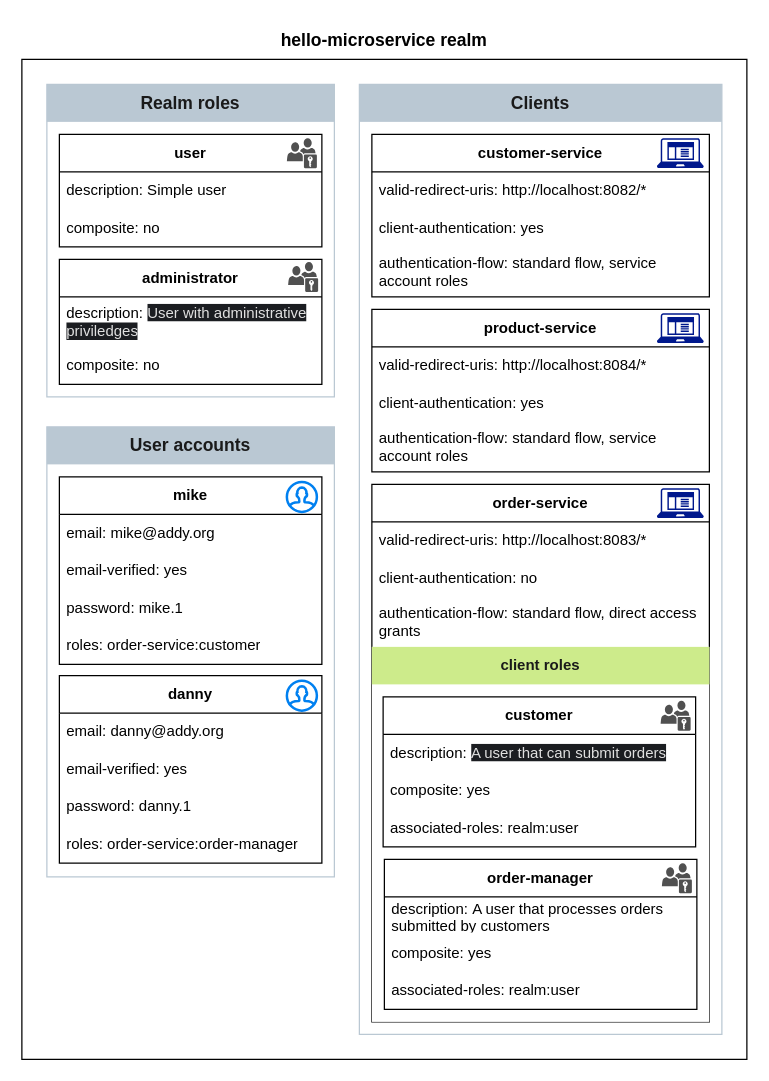
This is github-assets/keycloak-realm.drawio from michelmbem/hello-microservice, a draw.io file, before an edit. Source tidied: cells renumbered, new cells numbered last; positions are measured from the earlier drawing's top-left corner, leaving out a move shared by most shapes. Both pictures are drawn from the tidied source at 125%, with x=0, y=0 at pixel (21, 21).
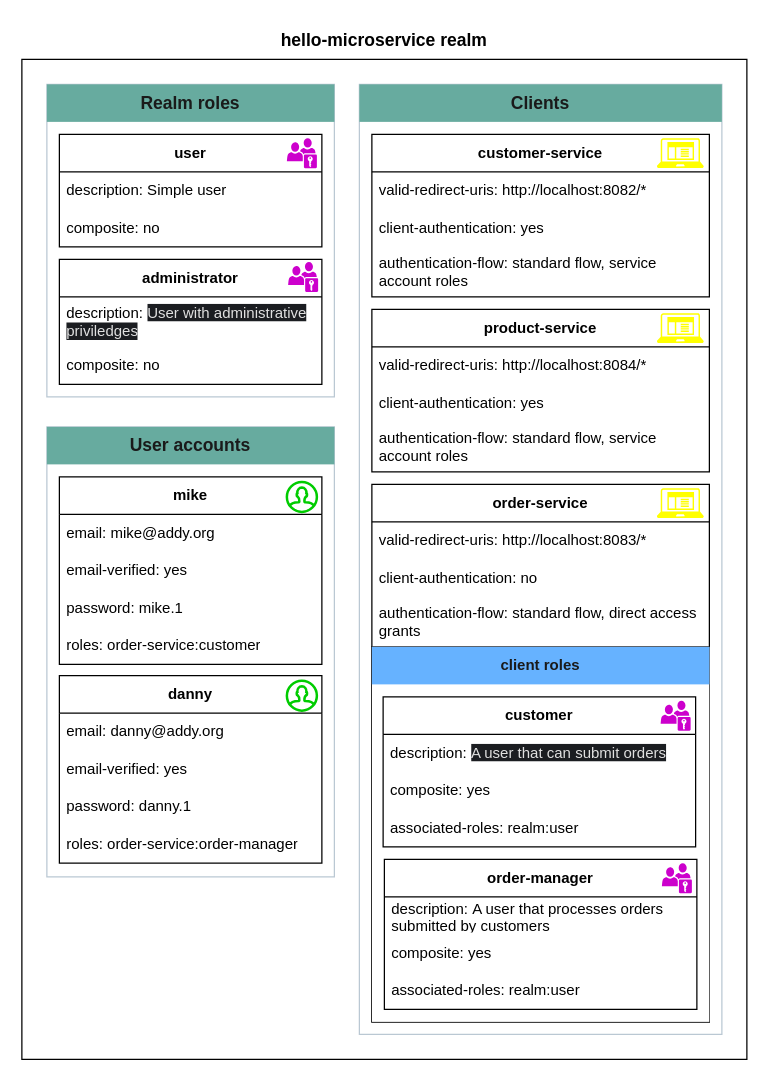
The same page after the edit.

Commit message (it also covers changes not shown here):
Added keycloak for authentication management

Unchanged cells that the change refers to:
```xml
<mxCell id="10" style="group;" parent="1" vertex="1">
  <mxGeometry x="30" y="90" width="210" height="90" as="geometry" />
</mxCell>
<mxCell id="15" style="group;" parent="1" vertex="1">
  <mxGeometry x="30" y="190" width="210" height="100" as="geometry" />
</mxCell>
<mxCell id="20" style="group;" parent="1" vertex="1">
  <mxGeometry x="30" y="364" width="210" height="150" as="geometry" />
</mxCell>
<mxCell id="27" style="group;" parent="1" vertex="1">
  <mxGeometry x="30" y="523" width="210" height="150" as="geometry" />
</mxCell>
<mxCell id="34" style="group;" parent="1" vertex="1">
  <mxGeometry x="280" y="370" width="270" height="430" as="geometry" />
</mxCell>
<mxCell id="35" value="&lt;b&gt;order-service&lt;/b&gt;" style="swimlane;fontStyle=0;horizontal=1;startSize=30;whiteSpace=wrap;html=1;" parent="34" vertex="1">
  <mxGeometry width="270" height="430" as="geometry" />
</mxCell>
<mxCell id="42" style="group;" parent="39" vertex="1">
  <mxGeometry x="9" y="40" width="250" height="120" as="geometry" />
</mxCell>
<mxCell id="48" style="group;" parent="39" vertex="1">
  <mxGeometry x="10" y="170" width="250" height="120" as="geometry" />
</mxCell>
<mxCell id="55" style="group;" parent="1" vertex="1">
  <mxGeometry x="280" y="230" width="270" height="130" as="geometry" />
</mxCell>
<mxCell id="61" style="group;" parent="1" vertex="1">
  <mxGeometry x="280" y="90" width="270" height="130" as="geometry" />
</mxCell>
```

What changed in the source:
```diff
@@
-    <mxCell id="6" value="Realm roles" style="text;html=1;align=center;verticalAlign=middle;whiteSpace=wrap;rounded=0;fontStyle=1;fontSize=14;fillColor=#bac8d3;fillStyle=solid;strokeColor=none;fontColor=#1a1a1a;" parent="1" vertex="1">
+    <mxCell id="6" value="Realm roles" style="text;html=1;align=center;verticalAlign=middle;whiteSpace=wrap;rounded=0;fontStyle=1;fontSize=14;fillColor=#67AB9F;fillStyle=solid;strokeColor=none;fontColor=#1a1a1a;" parent="1" vertex="1">
       <mxGeometry x="20" y="50" width="230" height="30" as="geometry" />
     </mxCell>
-    <mxCell id="7" value="Clients" style="text;html=1;align=center;verticalAlign=middle;whiteSpace=wrap;rounded=0;fontStyle=1;fontSize=14;fillColor=#bac8d3;fillStyle=solid;strokeColor=none;fontColor=#1a1a1a;" parent="1" vertex="1">
+    <mxCell id="7" value="Clients" style="text;html=1;align=center;verticalAlign=middle;whiteSpace=wrap;rounded=0;fontStyle=1;fontSize=14;fillColor=#67AB9F;fillStyle=solid;strokeColor=none;fontColor=#1a1a1a;" parent="1" vertex="1">
       <mxGeometry x="270" y="50" width="290" height="30" as="geometry" />
     </mxCell>
-    <mxCell id="8" value="User accounts" style="text;html=1;align=center;verticalAlign=middle;whiteSpace=wrap;rounded=0;fontStyle=1;fontSize=14;fillColor=#bac8d3;fillStyle=solid;strokeColor=none;fontColor=#1a1a1a;" parent="1" vertex="1">
+    <mxCell id="8" value="User accounts" style="text;html=1;align=center;verticalAlign=middle;whiteSpace=wrap;rounded=0;fontStyle=1;fontSize=14;fillColor=#67AB9F;fillStyle=solid;strokeColor=none;fontColor=#1a1a1a;" parent="1" vertex="1">
       <mxGeometry x="20" y="324" width="230" height="30" as="geometry" />
     </mxCell>
@@
-    <mxCell id="14" style="sketch=0;shadow=0;dashed=0;html=1;strokeColor=none;fillColor=#505050;labelPosition=center;verticalLabelPosition=bottom;verticalAlign=top;align=center;shape=mxgraph.office.users.role_group;" parent="10" vertex="1">
+    <mxCell id="14" style="sketch=0;shadow=0;dashed=0;html=1;strokeColor=none;fillColor=#CC00CC;labelPosition=center;verticalLabelPosition=bottom;verticalAlign=top;align=center;shape=mxgraph.office.users.role_group;" parent="10" vertex="1">
       <mxGeometry x="182" y="3" width="24" height="24" as="geometry" />
     </mxCell>
@@
-    <mxCell id="19" style="sketch=0;shadow=0;dashed=0;html=1;strokeColor=none;fillColor=#505050;labelPosition=center;verticalLabelPosition=bottom;verticalAlign=top;align=center;shape=mxgraph.office.users.role_group;" parent="15" vertex="1">
+    <mxCell id="19" style="sketch=0;shadow=0;dashed=0;html=1;strokeColor=none;fillColor=#CC00CC;labelPosition=center;verticalLabelPosition=bottom;verticalAlign=top;align=center;shape=mxgraph.office.users.role_group;" parent="15" vertex="1">
       <mxGeometry x="183" y="2" width="24" height="24" as="geometry" />
     </mxCell>
@@
-    <mxCell id="26" style="html=1;verticalLabelPosition=bottom;align=center;labelBackgroundColor=#ffffff;verticalAlign=top;strokeWidth=2;strokeColor=#0080F0;shadow=0;dashed=0;shape=mxgraph.ios7.icons.user;" parent="20" vertex="1">
+    <mxCell id="26" style="html=1;verticalLabelPosition=bottom;align=center;labelBackgroundColor=#ffffff;verticalAlign=top;strokeWidth=2;strokeColor=#00CC00;shadow=0;dashed=0;shape=mxgraph.ios7.icons.user;" parent="20" vertex="1">
       <mxGeometry x="182" y="4" width="24" height="24" as="geometry" />
     </mxCell>
@@
-    <mxCell id="33" style="html=1;verticalLabelPosition=bottom;align=center;labelBackgroundColor=#ffffff;verticalAlign=top;strokeWidth=2;strokeColor=#0080F0;shadow=0;dashed=0;shape=mxgraph.ios7.icons.user;" parent="27" vertex="1">
+    <mxCell id="33" style="html=1;verticalLabelPosition=bottom;align=center;labelBackgroundColor=#ffffff;verticalAlign=top;strokeWidth=2;strokeColor=#00CC00;shadow=0;dashed=0;shape=mxgraph.ios7.icons.user;" parent="27" vertex="1">
       <mxGeometry x="182" y="4" width="24" height="24" as="geometry" />
     </mxCell>
@@
-    <mxCell id="39" style="group;" parent="35" vertex="1">
+    <mxCell id="39" style="group;strokeWidth=1;strokeColor=default;" parent="35" vertex="1">
       <mxGeometry y="130" width="270" height="300" as="geometry" />
     </mxCell>
@@
-    <mxCell id="41" value="client roles" style="text;html=1;align=center;verticalAlign=middle;whiteSpace=wrap;rounded=0;fontStyle=1;strokeColor=none;fillColor=#cdeb8b;strokeWidth=0;fontColor=#1A1A1A;" parent="39" vertex="1">
+    <mxCell id="41" value="client roles" style="text;html=1;align=center;verticalAlign=middle;whiteSpace=wrap;rounded=0;fontStyle=1;strokeColor=none;fillColor=#66B2FF;strokeWidth=0;fontColor=#1A1A1A;" parent="39" vertex="1">
       <mxGeometry width="270" height="30" as="geometry" />
     </mxCell>
@@
-    <mxCell id="47" style="sketch=0;shadow=0;dashed=0;html=1;strokeColor=none;fillColor=#505050;labelPosition=center;verticalLabelPosition=bottom;verticalAlign=top;align=center;shape=mxgraph.office.users.role_group;" parent="42" vertex="1">
+    <mxCell id="47" style="sketch=0;shadow=0;dashed=0;html=1;strokeColor=none;fillColor=#CC00CC;labelPosition=center;verticalLabelPosition=bottom;verticalAlign=top;align=center;shape=mxgraph.office.users.role_group;" parent="42" vertex="1">
       <mxGeometry x="222" y="3" width="24" height="24" as="geometry" />
     </mxCell>
@@
-    <mxCell id="53" style="sketch=0;shadow=0;dashed=0;html=1;strokeColor=none;fillColor=#505050;labelPosition=center;verticalLabelPosition=bottom;verticalAlign=top;align=center;shape=mxgraph.office.users.role_group;" parent="48" vertex="1">
+    <mxCell id="53" style="sketch=0;shadow=0;dashed=0;html=1;strokeColor=none;fillColor=#CC00CC;labelPosition=center;verticalLabelPosition=bottom;verticalAlign=top;align=center;shape=mxgraph.office.users.role_group;" parent="48" vertex="1">
       <mxGeometry x="222" y="3" width="24" height="24" as="geometry" />
     </mxCell>
-    <mxCell id="54" style="sketch=0;shadow=0;dashed=0;html=1;strokeColor=none;labelPosition=center;verticalLabelPosition=bottom;verticalAlign=top;align=center;fillColor=#00188D;shape=mxgraph.mscae.enterprise.client_application;" parent="34" vertex="1">
+    <mxCell id="54" style="sketch=0;shadow=0;dashed=0;html=1;strokeColor=none;labelPosition=center;verticalLabelPosition=bottom;verticalAlign=top;align=center;fillColor=#ffff00;shape=mxgraph.mscae.enterprise.client_application;" parent="34" vertex="1">
       <mxGeometry x="228" y="3" width="37.5" height="24" as="geometry" />
     </mxCell>
@@
-    <mxCell id="60" style="sketch=0;shadow=0;dashed=0;html=1;strokeColor=none;labelPosition=center;verticalLabelPosition=bottom;verticalAlign=top;align=center;fillColor=#00188D;shape=mxgraph.mscae.enterprise.client_application;" parent="55" vertex="1">
+    <mxCell id="60" style="sketch=0;shadow=0;dashed=0;html=1;strokeColor=none;labelPosition=center;verticalLabelPosition=bottom;verticalAlign=top;align=center;fillColor=#FFFF00;shape=mxgraph.mscae.enterprise.client_application;" parent="55" vertex="1">
       <mxGeometry x="228" y="3" width="37.5" height="24" as="geometry" />
     </mxCell>
@@
-    <mxCell id="66" style="sketch=0;shadow=0;dashed=0;html=1;strokeColor=none;labelPosition=center;verticalLabelPosition=bottom;verticalAlign=top;align=center;fillColor=#00188D;shape=mxgraph.mscae.enterprise.client_application;" parent="61" vertex="1">
+    <mxCell id="66" style="sketch=0;shadow=0;dashed=0;html=1;strokeColor=none;labelPosition=center;verticalLabelPosition=bottom;verticalAlign=top;align=center;fillColor=#FFFF00;shape=mxgraph.mscae.enterprise.client_application;" parent="61" vertex="1">
       <mxGeometry x="228" y="3" width="37.5" height="24" as="geometry" />
     </mxCell>
```
